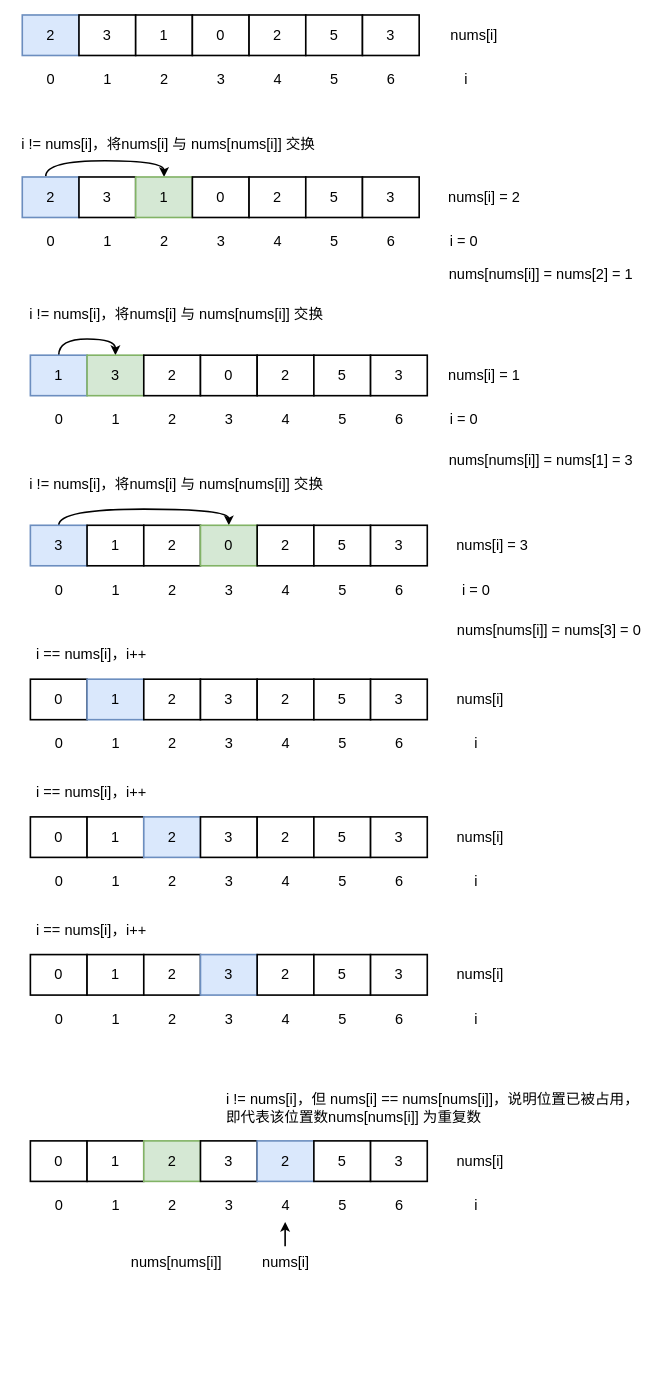
Earlier version of the draw.io diagram Untitled Diagram.drawio (autsu/diagrams). Source tidied: cells renumbered, new cells numbered last; positions are measured from the earlier drawing's top-left corner, leaving out a move shared by most shapes. Both pictures are drawn from the tidied source at 81%, with x=0, y=0 at pixel (14, 15).
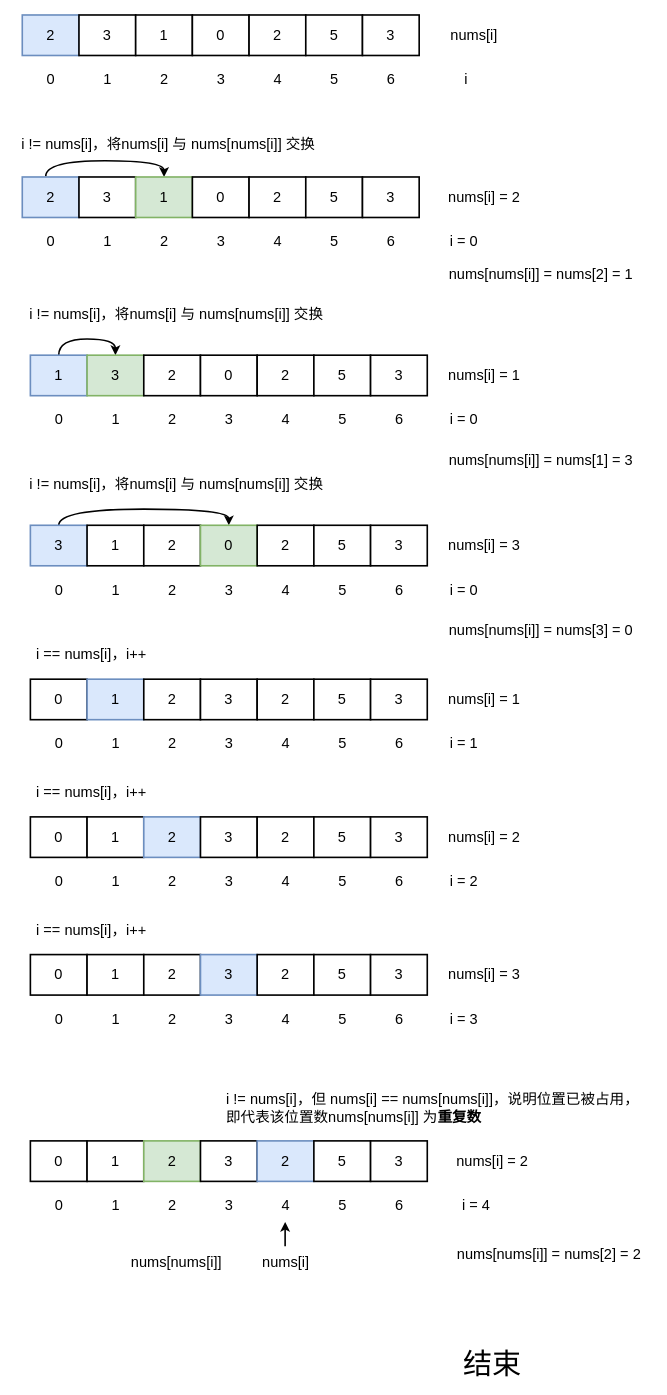
Above is the later version.

Diff of the diagram source:
```diff
@@
     <mxCell id="62" value="&lt;font style=&quot;font-size: 18px&quot;&gt;nums[i] = 3&lt;/font&gt;" style="text;html=1;align=center;verticalAlign=middle;fillColor=none;strokeColor=none;rounded=0;" parent="1" vertex="1">
-      <mxGeometry x="540" y="645" width="100" height="20" as="geometry" />
+      <mxGeometry x="530" y="645" width="100" height="20" as="geometry" />
     </mxCell>
     <mxCell id="63" value="&lt;font style=&quot;font-size: 18px&quot;&gt;i = 0&lt;/font&gt;" style="text;html=1;align=center;verticalAlign=middle;fillColor=none;strokeColor=none;rounded=0;" parent="1" vertex="1">
-      <mxGeometry x="545" y="700" width="50" height="20" as="geometry" />
+      <mxGeometry x="530" y="700" width="50" height="20" as="geometry" />
     </mxCell>
@@
-    <mxCell id="79" value="&lt;font style=&quot;font-size: 18px&quot;&gt;nums[i]&lt;/font&gt;" style="text;html=1;align=center;verticalAlign=middle;fillColor=none;strokeColor=none;rounded=0;" parent="1" vertex="1">
-      <mxGeometry x="540" y="835" width="70" height="20" as="geometry" />
+    <mxCell id="79" value="&lt;font style=&quot;font-size: 18px&quot;&gt;nums[i] = 1&lt;/font&gt;" style="text;html=1;align=center;verticalAlign=middle;fillColor=none;strokeColor=none;rounded=0;" parent="1" vertex="1">
+      <mxGeometry x="530" y="835" width="100" height="20" as="geometry" />
     </mxCell>
-    <mxCell id="80" value="&lt;font style=&quot;font-size: 18px&quot;&gt;i&lt;/font&gt;" style="text;html=1;align=center;verticalAlign=middle;fillColor=none;strokeColor=none;rounded=0;" parent="1" vertex="1">
-      <mxGeometry x="560" y="890" width="20" height="20" as="geometry" />
+    <mxCell id="80" value="&lt;font style=&quot;font-size: 18px&quot;&gt;i = 1&lt;/font&gt;" style="text;html=1;align=center;verticalAlign=middle;fillColor=none;strokeColor=none;rounded=0;" parent="1" vertex="1">
+      <mxGeometry x="530" y="890" width="50" height="20" as="geometry" />
     </mxCell>
@@
-    <mxCell id="96" value="&lt;font style=&quot;font-size: 18px&quot;&gt;nums[i]&lt;/font&gt;" style="text;html=1;align=center;verticalAlign=middle;fillColor=none;strokeColor=none;rounded=0;" parent="1" vertex="1">
-      <mxGeometry x="540" y="1005" width="70" height="20" as="geometry" />
+    <mxCell id="96" value="&lt;font style=&quot;font-size: 18px&quot;&gt;nums[i] = 2&lt;/font&gt;" style="text;html=1;align=center;verticalAlign=middle;fillColor=none;strokeColor=none;rounded=0;" parent="1" vertex="1">
+      <mxGeometry x="530" y="1005" width="100" height="20" as="geometry" />
     </mxCell>
-    <mxCell id="97" value="&lt;font style=&quot;font-size: 18px&quot;&gt;i&lt;/font&gt;" style="text;html=1;align=center;verticalAlign=middle;fillColor=none;strokeColor=none;rounded=0;" parent="1" vertex="1">
-      <mxGeometry x="560" y="1060" width="20" height="20" as="geometry" />
+    <mxCell id="97" value="&lt;font style=&quot;font-size: 18px&quot;&gt;i = 2&lt;/font&gt;" style="text;html=1;align=center;verticalAlign=middle;fillColor=none;strokeColor=none;rounded=0;" parent="1" vertex="1">
+      <mxGeometry x="530" y="1060" width="50" height="20" as="geometry" />
     </mxCell>
@@
-    <mxCell id="113" value="&lt;font style=&quot;font-size: 18px&quot;&gt;nums[i]&lt;/font&gt;" style="text;html=1;align=center;verticalAlign=middle;fillColor=none;strokeColor=none;rounded=0;" parent="1" vertex="1">
-      <mxGeometry x="540" y="1175" width="70" height="20" as="geometry" />
+    <mxCell id="113" value="&lt;font style=&quot;font-size: 18px&quot;&gt;nums[i] = 3&lt;/font&gt;" style="text;html=1;align=center;verticalAlign=middle;fillColor=none;strokeColor=none;rounded=0;" parent="1" vertex="1">
+      <mxGeometry x="530" y="1175" width="100" height="20" as="geometry" />
     </mxCell>
-    <mxCell id="114" value="&lt;font style=&quot;font-size: 18px&quot;&gt;i&lt;/font&gt;" style="text;html=1;align=center;verticalAlign=middle;fillColor=none;strokeColor=none;rounded=0;" parent="1" vertex="1">
-      <mxGeometry x="560" y="1230" width="20" height="20" as="geometry" />
+    <mxCell id="114" value="&lt;font style=&quot;font-size: 18px&quot;&gt;i = 3&lt;/font&gt;" style="text;html=1;align=center;verticalAlign=middle;fillColor=none;strokeColor=none;rounded=0;" parent="1" vertex="1">
+      <mxGeometry x="530" y="1230" width="50" height="20" as="geometry" />
     </mxCell>
@@
-    <mxCell id="130" value="&lt;font style=&quot;font-size: 18px&quot;&gt;nums[i]&lt;/font&gt;" style="text;html=1;align=center;verticalAlign=middle;fillColor=none;strokeColor=none;rounded=0;" parent="1" vertex="1">
-      <mxGeometry x="540" y="1405" width="70" height="20" as="geometry" />
+    <mxCell id="130" value="&lt;font style=&quot;font-size: 18px&quot;&gt;nums[i] = 2&lt;/font&gt;" style="text;html=1;align=center;verticalAlign=middle;fillColor=none;strokeColor=none;rounded=0;" parent="1" vertex="1">
+      <mxGeometry x="540" y="1405" width="100" height="20" as="geometry" />
     </mxCell>
-    <mxCell id="131" value="&lt;font style=&quot;font-size: 18px&quot;&gt;i&lt;/font&gt;" style="text;html=1;align=center;verticalAlign=middle;fillColor=none;strokeColor=none;rounded=0;" parent="1" vertex="1">
-      <mxGeometry x="560" y="1460" width="20" height="20" as="geometry" />
+    <mxCell id="131" value="&lt;font style=&quot;font-size: 18px&quot;&gt;i = 4&lt;/font&gt;" style="text;html=1;align=center;verticalAlign=middle;fillColor=none;strokeColor=none;rounded=0;" parent="1" vertex="1">
+      <mxGeometry x="545" y="1460" width="50" height="20" as="geometry" />
     </mxCell>
@@
-    <mxCell id="139" value="&lt;font style=&quot;font-size: 18px&quot;&gt;i != nums[i]，但 nums[i] == nums[nums[i]]，说明位置已被占用，&lt;br&gt;即代表该位置数nums[nums[i]] 为重复数&lt;/font&gt;" style="text;html=1;align=left;verticalAlign=middle;fillColor=none;strokeColor=none;rounded=0;" parent="1" vertex="1">
+    <mxCell id="139" value="&lt;font style=&quot;font-size: 18px&quot;&gt;i != nums[i]，但 nums[i] == nums[nums[i]]，说明位置已被占用，&lt;br&gt;即代表该位置数nums[nums[i]] 为&lt;b&gt;重复数&lt;/b&gt;&lt;/font&gt;" style="text;html=1;align=left;verticalAlign=middle;fillColor=none;strokeColor=none;rounded=0;" parent="1" vertex="1">
       <mxGeometry x="260" y="1330" width="530" height="40" as="geometry" />
     </mxCell>
@@
     <mxCell id="145" value="&lt;span style=&quot;font-size: 18px&quot;&gt;nums[nums[i]] = nums[3] = 0&lt;/span&gt;" style="text;html=1;align=center;verticalAlign=middle;fillColor=none;strokeColor=none;rounded=0;" parent="1" vertex="1">
-      <mxGeometry x="540" y="750" width="240" height="20" as="geometry" />
+      <mxGeometry x="530" y="750" width="240" height="20" as="geometry" />
     </mxCell>
+    <mxCell id="146" value="&lt;span style=&quot;font-size: 18px&quot;&gt;nums[nums[i]] = nums[2] = 2&lt;/span&gt;" style="text;html=1;align=center;verticalAlign=middle;fillColor=none;strokeColor=none;rounded=0;" parent="1" vertex="1">
+      <mxGeometry x="540" y="1520" width="240" height="20" as="geometry" />
+    </mxCell>
+    <mxCell id="147" value="&lt;font style=&quot;font-size: 36px&quot;&gt;结束&lt;/font&gt;" style="text;html=1;align=center;verticalAlign=middle;fillColor=none;strokeColor=none;rounded=0;" parent="1" vertex="1">
+      <mxGeometry x="545" y="1650" width="90" height="30" as="geometry" />
+    </mxCell>
```
